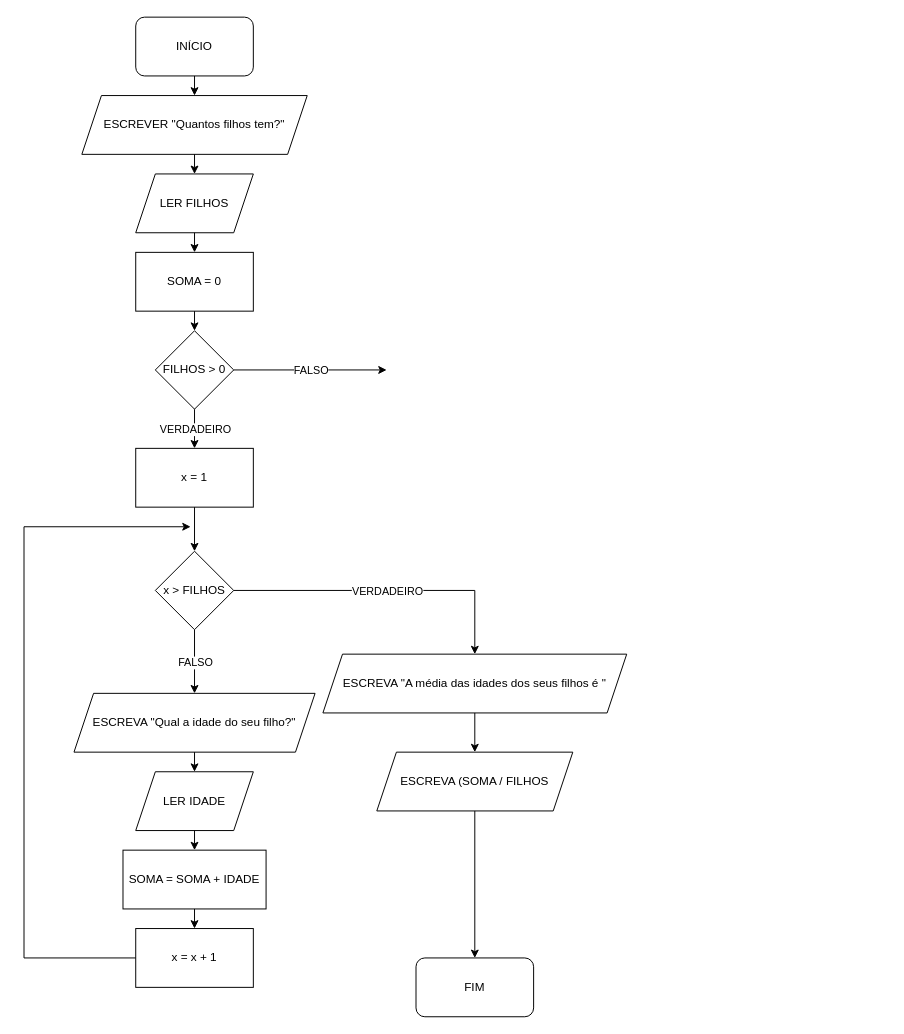
The draw.io diagram 1P-PROG-UFCD-0804-TRABALHOFINAL-14488.drawio in VascoMatos/fluxogramas, before the edit. Source tidied: cells renumbered, new cells numbered last; positions are measured from the earlier drawing's top-left corner, leaving out a move shared by most shapes. Both pictures are drawn from the tidied source at 98%, with x=0, y=0 at pixel (24, 17).
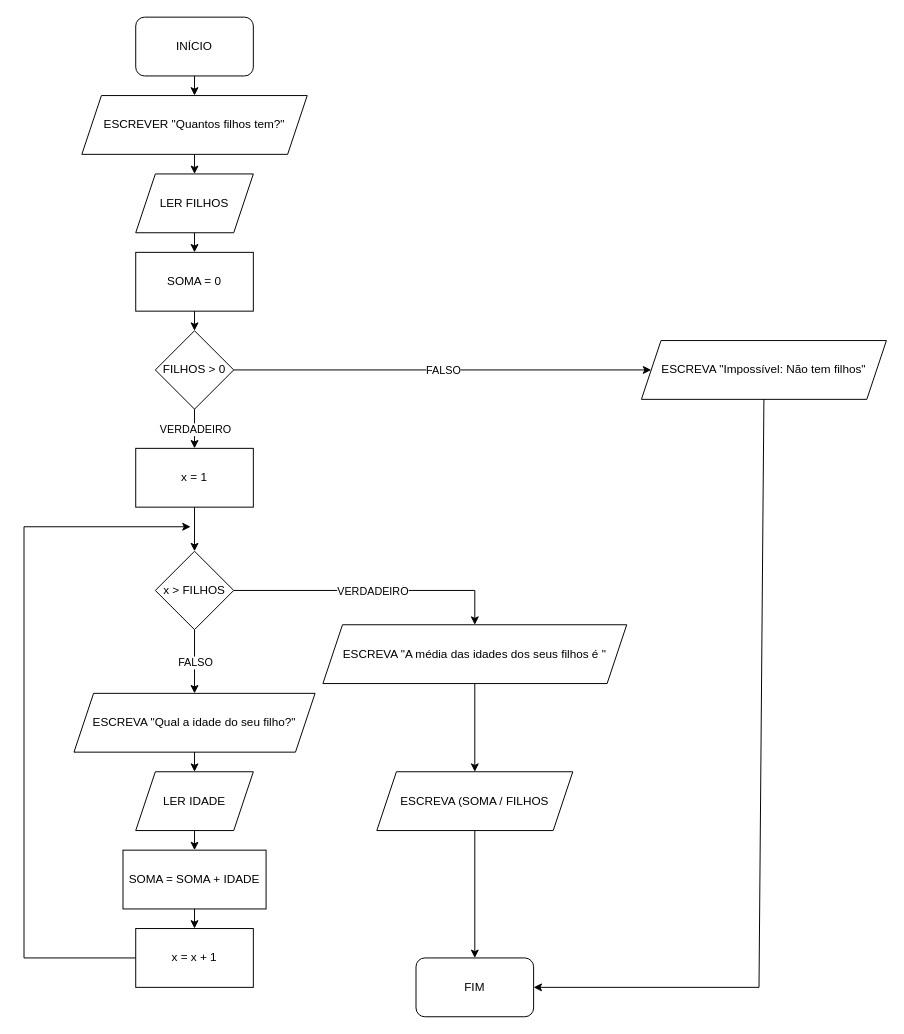
After the change.

The change refers to these unchanged cells:
```xml
<mxCell id="3" value="FIM" style="rounded=1;whiteSpace=wrap;html=1;" parent="1" vertex="1">
  <mxGeometry x="400" y="960" width="120" height="60" as="geometry" />
</mxCell>
<mxCell id="10" value="FILHOS &amp;gt; 0" style="rhombus;whiteSpace=wrap;html=1;" parent="1" vertex="1">
  <mxGeometry x="134" y="320" width="80" height="80" as="geometry" />
</mxCell>
```

Change to the diagram source:
```diff
@@
-    <mxCell id="14" style="endArrow=classic;html=1;rounded=0;exitX=1;exitY=0.5;exitDx=0;exitDy=0;" parent="1" edge="1" source="10">
-      <mxGeometry relative="1" as="geometry">
-        <mxPoint x="370" y="360" as="targetPoint" />
-      </mxGeometry>
+    <mxCell id="14" style="endArrow=classic;html=1;rounded=0;exitX=1;exitY=0.5;exitDx=0;exitDy=0;entryX=0;entryY=0.5;entryDx=0;entryDy=0;" parent="1" edge="1" source="10" target="35">
+      <mxGeometry relative="1" as="geometry" />
     </mxCell>
@@
     <mxCell id="31" value="ESCREVA &quot;A média das idades dos seus filhos é &quot;" style="shape=parallelogram;perimeter=parallelogramPerimeter;whiteSpace=wrap;html=1;fixedSize=1;" parent="1" vertex="1">
-      <mxGeometry x="305" y="650" width="310" height="60" as="geometry" />
+      <mxGeometry x="305" y="620" width="310" height="60" as="geometry" />
     </mxCell>
@@
     <mxCell id="33" value="ESCREVA (SOMA / FILHOS" style="shape=parallelogram;perimeter=parallelogramPerimeter;whiteSpace=wrap;html=1;fixedSize=1;" parent="1" vertex="1">
-      <mxGeometry x="360" y="750" width="200" height="60" as="geometry" />
+      <mxGeometry x="360" y="770" width="200" height="60" as="geometry" />
     </mxCell>
@@
+    <mxCell id="35" value="ESCREVA &quot;Impossível: Não tem filhos&quot;" style="shape=parallelogram;perimeter=parallelogramPerimeter;whiteSpace=wrap;html=1;fixedSize=1;" parent="1" vertex="1">
+      <mxGeometry x="630" y="330" width="250" height="60" as="geometry" />
+    </mxCell>
+    <mxCell id="36" style="endArrow=classic;html=1;rounded=0;exitX=0.5;exitY=1;exitDx=0;exitDy=0;entryX=1;entryY=0.5;entryDx=0;entryDy=0;" parent="1" edge="1" source="35" target="3">
+      <mxGeometry relative="1" as="geometry">
+        <Array as="points">
+          <mxPoint x="750" y="990" />
+        </Array>
+      </mxGeometry>
+    </mxCell>
```
